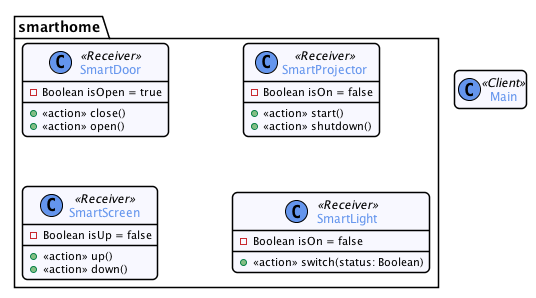
Above: comportement/command/uml/_example.png in ace-lectures/pattern-repository (PlantUML), before the change.
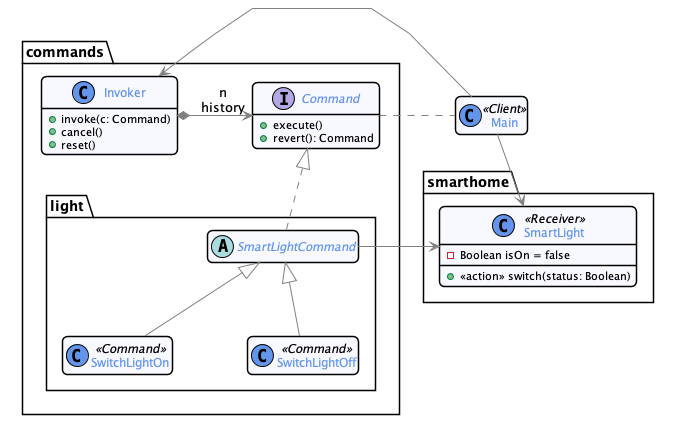
The same file after the commit.

The edit, as a diff of the source:
```diff
@@ -63,26 +63,6 @@
 class Main
 
 package smarthome {
-  class SmartDoor <<Receiver>> {
-    - Boolean isOpen = true
-    __
-    + <<action>> close()
-    + <<action>> open()
-  }
-
-  class SmartProjector <<Receiver>> {
-    - Boolean isOn = false
-    __
-    + <<action>> start()
-    + <<action>> shutdown()
-  }
-
-  class SmartScreen <<Receiver>> {
-    - Boolean isUp = false
-    __
-    + <<action>> up()
-    + <<action>> down()
-  }
 
   class SmartLight <<Receiver>> {
     - Boolean isOn = false
@@ -92,8 +72,41 @@
 
 }
 
+package commands {
+
+  interface Command {
+    + execute()
+    + revert(): Command
+  }
+
+  class Invoker {
+    + invoke(c: Command)
+    + cancel()
+    + reset()
+  }
+
+  Invoker  *-> "n\nhistory" Command
+
+  package light {
+    abstract class SmartLightCommand
+    Command <|.. SmartLightCommand
+    SmartLight <- SmartLightCommand
+
+    class SwitchLightOn <<Command>>
+    class SwitchLightOff <<Command>>
+    SmartLightCommand <|-- SwitchLightOn
+    SmartLightCommand <|-- SwitchLightOff
+
+  }
+
+}
+
+
 class Main <<Client>>
 
+Main --> SmartLight
+Main -> Invoker
+Command . Main
 
 
 @enduml
```
